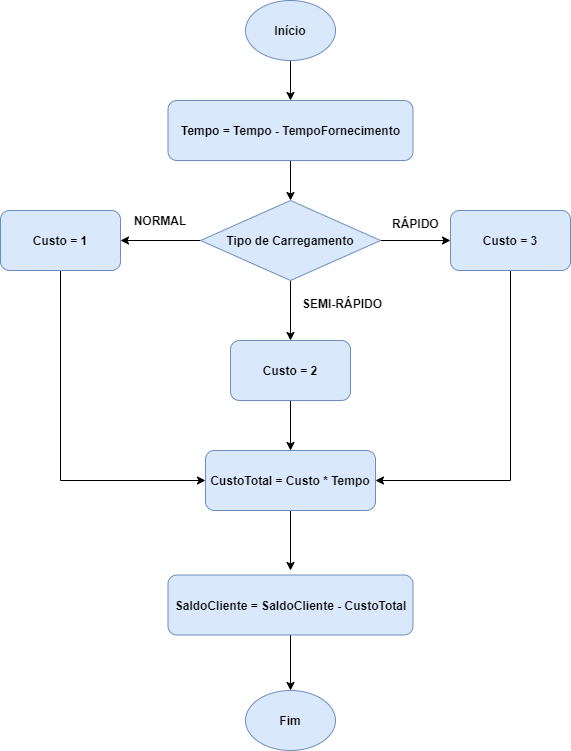
Above: DebitacaoValor.png in ProgRub/Proj2AC (draw.io), before the change. Source tidied: cells renumbered, new cells last; positions are measured from the earlier drawing's top-left corner, leaving out a move shared by most shapes.
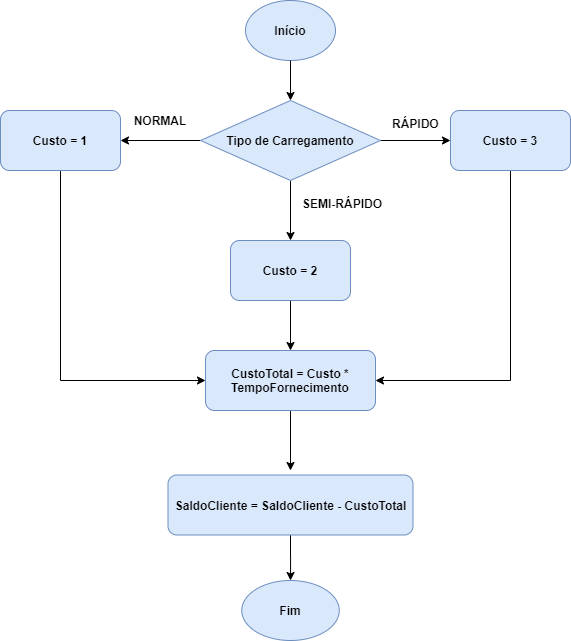
Above is the later version.

The edit, as a diff of the source:
```diff
@@ -2,11 +2,8 @@
   <root>
     <mxCell id="0" />
     <mxCell id="1" parent="0" />
-    <mxCell id="2" style="edgeStyle=orthogonalEdgeStyle;rounded=0;jettySize=auto;html=1;entryX=0.5;entryY=0;entryDx=0;entryDy=0;" parent="1" edge="1" source="3" target="23">
-      <mxGeometry relative="1" as="geometry" />
-    </mxCell>
     <mxCell id="3" value="&lt;b&gt;Início&lt;/b&gt;" style="ellipse;whiteSpace=wrap;html=1;fillColor=#dae8fc;strokeColor=#6c8ebf;" parent="1" vertex="1">
-      <mxGeometry x="245" width="90" height="60" as="geometry" />
+      <mxGeometry x="245" y="100" width="90" height="60" as="geometry" />
     </mxCell>
     <mxCell id="4" style="edgeStyle=orthogonalEdgeStyle;rounded=0;jettySize=auto;html=1;entryX=1;entryY=0.5;entryDx=0;entryDy=0;" parent="1" edge="1" source="7" target="9">
       <mxGeometry relative="1" as="geometry" />
@@ -60,7 +57,7 @@
         <mxPoint x="290" y="570" as="targetPoint" />
       </mxGeometry>
     </mxCell>
-    <mxCell id="18" value="&lt;b&gt;CustoTotal = Custo * Tempo&lt;/b&gt;" style="rounded=1;whiteSpace=wrap;html=1;fillColor=#dae8fc;strokeColor=#6c8ebf;" parent="1" vertex="1">
+    <mxCell id="18" value="&lt;b&gt;CustoTotal = Custo * TempoFornecimento&lt;/b&gt;" style="rounded=1;whiteSpace=wrap;html=1;fillColor=#dae8fc;strokeColor=#6c8ebf;" parent="1" vertex="1">
       <mxGeometry x="205" y="450" width="170" height="60" as="geometry" />
     </mxCell>
     <mxCell id="19" style="edgeStyle=orthogonalEdgeStyle;rounded=0;jettySize=auto;html=1;" parent="1" edge="1" source="20" target="21">
@@ -70,13 +67,12 @@
       <mxGeometry x="167.5" y="574.5" width="245" height="60" as="geometry" />
     </mxCell>
     <mxCell id="21" value="&lt;b&gt;Fim&lt;/b&gt;" style="ellipse;whiteSpace=wrap;html=1;fillColor=#dae8fc;strokeColor=#6c8ebf;" parent="1" vertex="1">
-      <mxGeometry x="245" y="690" width="90" height="60" as="geometry" />
+      <mxGeometry x="241.2" y="680" width="97.5" height="60" as="geometry" />
     </mxCell>
-    <mxCell id="22" style="edgeStyle=orthogonalEdgeStyle;rounded=0;jettySize=auto;html=1;entryX=0.5;entryY=0;entryDx=0;entryDy=0;" parent="1" edge="1" source="23" target="7">
-      <mxGeometry relative="1" as="geometry" />
+    <mxCell id="22" style="edgeStyle=orthogonalEdgeStyle;rounded=0;jettySize=auto;html=1;entryX=0.5;entryY=0;entryDx=0;entryDy=0;" parent="1" edge="1" target="7">
+      <mxGeometry relative="1" as="geometry">
+        <mxPoint x="290" y="160" as="sourcePoint" />
+      </mxGeometry>
     </mxCell>
-    <mxCell id="23" value="&lt;b&gt;Tempo = Tempo - TempoFornecimento&lt;/b&gt;" style="rounded=1;whiteSpace=wrap;html=1;fillColor=#dae8fc;strokeColor=#6c8ebf;" parent="1" vertex="1">
-      <mxGeometry x="167.5" y="100" width="245" height="60" as="geometry" />
-    </mxCell>
   </root>
 </mxGraphModel>
```
